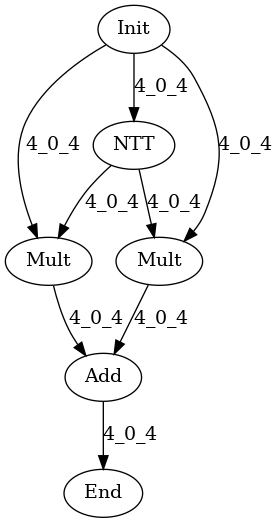
This is data/graph_poly.dot.png from hal-lab-u-tokyo/PolyFHE, a Graphviz export, as it was before one commit. Its source is kept beside it as data/graph_poly.dot.
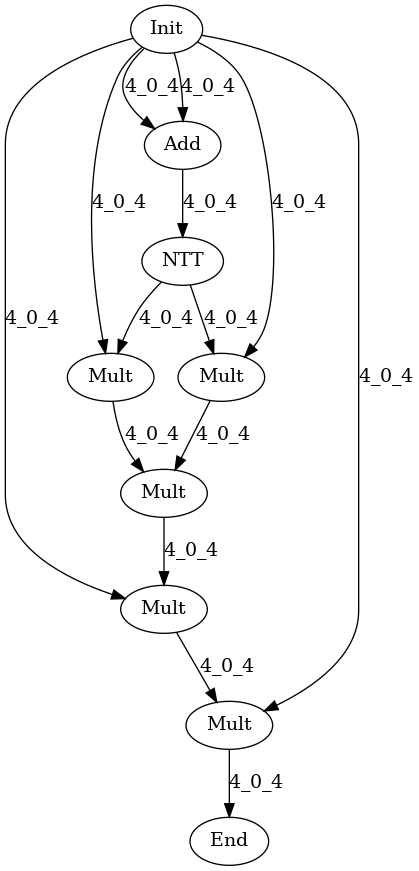
The same diagram one commit later.

The edit, as a diff of the source:
```diff
@@ -1,16 +1,25 @@
 digraph G {
 Init[label="Init"];
 End[label="End"];
+Add0[label="Add"];
 NTT[label="NTT"];
 Mult0[label="Mult"];
 Mult1[label="Mult"];
-Add[label="Add"];
-Init -> NTT[label="4_0_4"];
+Mult2[label="Mult"];
+Mult3[label="Mult"];
+Mult4[label="Mult"];
+Init -> Add0[label="4_0_4"];
+Init -> Add0[label="4_0_4"];
 Init -> Mult0[label="4_0_4"];
 Init -> Mult1[label="4_0_4"];
+Add0 -> NTT[label="4_0_4"];
 NTT -> Mult0[label="4_0_4"];
 NTT -> Mult1[label="4_0_4"];
-Mult0 -> Add[label="4_0_4"];
-Mult1 -> Add[label="4_0_4"];
-Add -> End[label="4_0_4"];
+Mult0 -> Mult2[label="4_0_4"];
+Mult1 -> Mult2[label="4_0_4"];
+Mult2 -> Mult3[label="4_0_4"];
+Mult3 -> Mult4[label="4_0_4"];
+Init -> Mult3[label="4_0_4"];
+Init -> Mult4[label="4_0_4"];
+Mult4 -> End[label="4_0_4"];
 }
```
